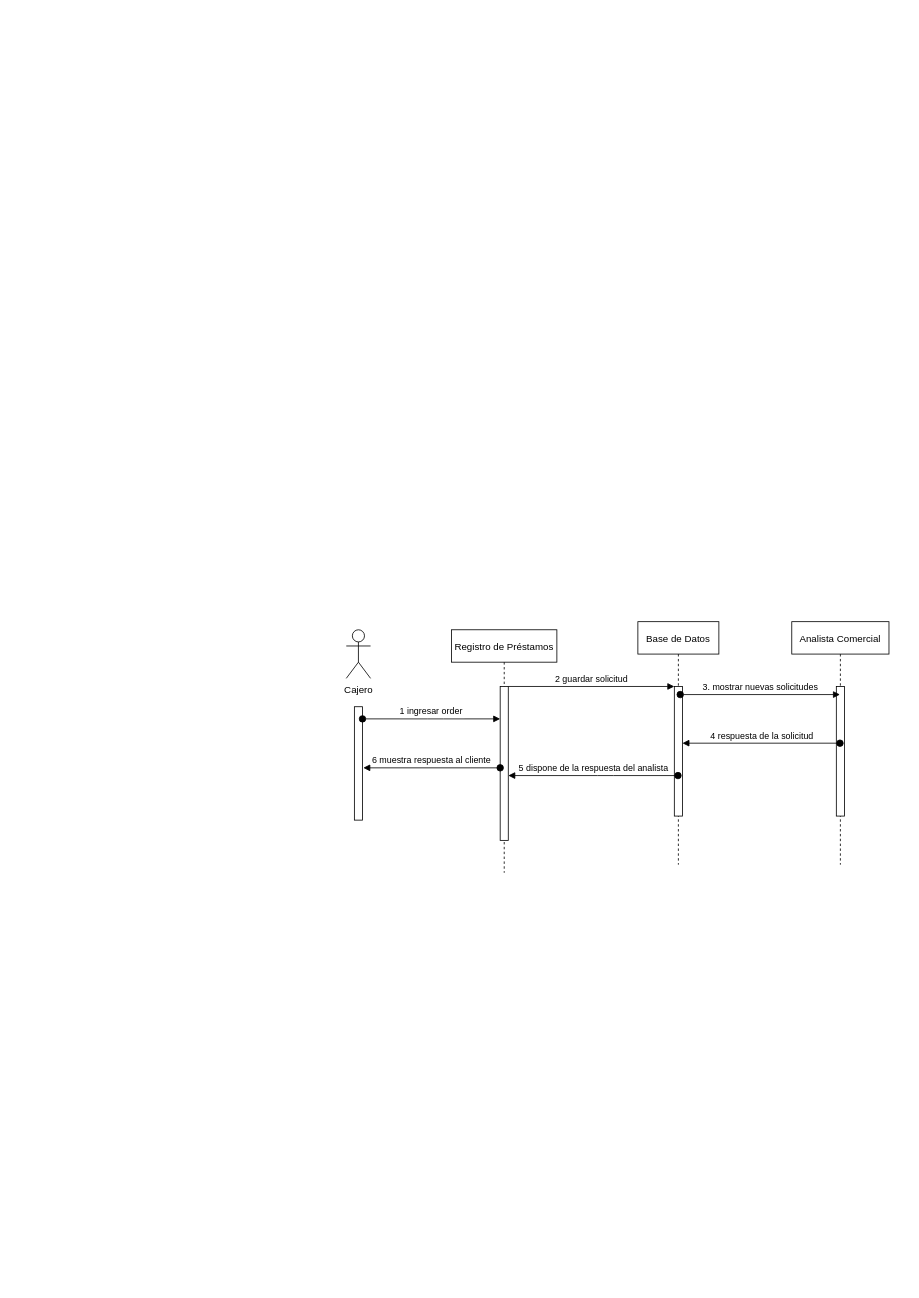
Before: Untitled Diagram2.drawio in arielarmijo/fullstackjava, a draw.io diagram. Source tidied: cells renumbered, new cells numbered last; positions are measured from the earlier drawing's top-left corner, leaving out a move shared by most shapes. Both pictures are drawn from the tidied source at 81%, with x=0, y=0 at pixel (346, 621).
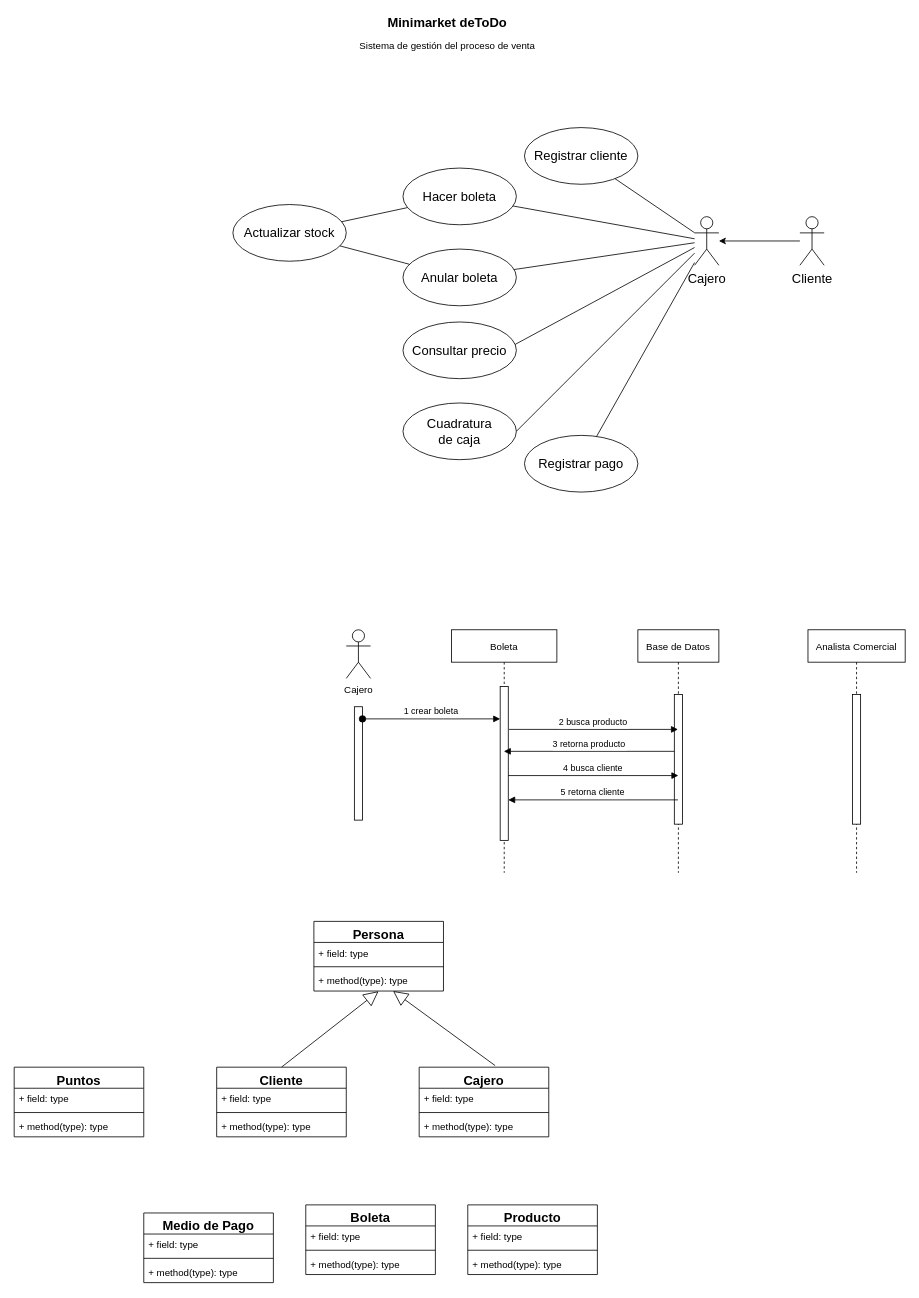
Above is the later version.

Unchanged cells that the change refers to:
```xml
<mxCell id="3" style="points=[];perimeter=orthogonalPerimeter;rounded=0;shadow=0;strokeWidth=1;" parent="2" vertex="1">
  <mxGeometry x="60" y="70" width="10" height="190" as="geometry" />
</mxCell>
<mxCell id="5" style="points=[];perimeter=orthogonalPerimeter;rounded=0;shadow=0;strokeWidth=1;" parent="4" vertex="1">
  <mxGeometry x="45" y="80" width="10" height="160" as="geometry" />
</mxCell>
<mxCell id="13" style="html=1;points=[];perimeter=orthogonalPerimeter;" parent="1" vertex="1">
  <mxGeometry x="10" y="105" width="10" height="140" as="geometry" />
</mxCell>
```

Change to the diagram source:
```diff
@@
-    <mxCell id="2" value="Registro de Préstamos" style="shape=umlLifeline;perimeter=lifelinePerimeter;rounded=0;shadow=0;strokeWidth=1;" parent="1" vertex="1">
+    <mxCell id="2" value="Boleta" style="shape=umlLifeline;perimeter=lifelinePerimeter;rounded=0;shadow=0;strokeWidth=1;" parent="1" vertex="1">
       <mxGeometry x="130" y="10" width="130" height="300" as="geometry" />
     </mxCell>
@@
     <mxCell id="4" value="Base de Datos" style="shape=umlLifeline;perimeter=lifelinePerimeter;rounded=0;shadow=0;strokeWidth=1;" parent="1" vertex="1">
-      <mxGeometry x="360" width="100" height="300" as="geometry" />
+      <mxGeometry x="360" y="10" width="100" height="300" as="geometry" />
     </mxCell>
@@
-    <mxCell id="6" value="2 guardar solicitud" style="verticalAlign=bottom;endArrow=block;entryX=0;entryY=0;shadow=0;strokeWidth=1;" parent="1" edge="1" source="3" target="5">
-      <mxGeometry relative="1" as="geometry" />
+    <mxCell id="6" value="2 busca producto" style="verticalAlign=bottom;endArrow=block;shadow=0;strokeWidth=1;" parent="1" edge="1" target="4">
+      <mxGeometry relative="1" as="geometry">
+        <mxPoint x="201" y="133" as="sourcePoint" />
+      </mxGeometry>
     </mxCell>
@@
     <mxCell id="8" value="Analista Comercial" style="shape=umlLifeline;perimeter=lifelinePerimeter;rounded=0;shadow=0;strokeWidth=1;" parent="1" vertex="1">
-      <mxGeometry x="550" width="120" height="300" as="geometry" />
+      <mxGeometry x="570" y="10" width="120" height="300" as="geometry" />
     </mxCell>
@@
-    <mxCell id="10" value="3. mostrar nuevas solicitudes" style="html=1;verticalAlign=bottom;startArrow=oval;startFill=1;endArrow=block;startSize=8;exitX=0.523;exitY=0.3;exitDx=0;exitDy=0;exitPerimeter=0;" parent="1" edge="1" source="4" target="8">
-      <mxGeometry relative="1" as="geometry" />
-    </mxCell>
-    <mxCell id="11" value="4 respuesta de la solicitud" style="html=1;verticalAlign=bottom;startArrow=oval;startFill=1;endArrow=block;startSize=8;" parent="1" edge="1" source="8" target="5">
-      <mxGeometry relative="1" as="geometry" />
-    </mxCell>
-    <mxCell id="12" value="5 dispone de la respuesta del analista" style="html=1;verticalAlign=bottom;startArrow=oval;startFill=1;endArrow=block;startSize=8;" parent="1" edge="1" source="4" target="3">
-      <mxGeometry relative="1" as="geometry">
-        <Array as="points">
-          <mxPoint x="320" y="190" />
-        </Array>
-      </mxGeometry>
-    </mxCell>
@@
-    <mxCell id="14" value="6 muestra respuesta al cliente" style="html=1;verticalAlign=bottom;startArrow=oval;startFill=1;endArrow=block;startSize=8;entryX=1.1;entryY=0.539;entryDx=0;entryDy=0;entryPerimeter=0;" parent="1" edge="1" source="3" target="13">
-      <mxGeometry relative="1" as="geometry" />
-    </mxCell>
-    <mxCell id="15" value="1 ingresar order" style="verticalAlign=bottom;startArrow=oval;endArrow=block;startSize=8;shadow=0;strokeWidth=1;" parent="1" edge="1" source="13" target="3">
+    <mxCell id="15" value="1 crear boleta" style="verticalAlign=bottom;startArrow=oval;endArrow=block;startSize=8;shadow=0;strokeWidth=1;" parent="1" edge="1" source="13" target="3">
       <mxGeometry relative="1" as="geometry">
         <Array as="points">
           <mxPoint x="110" y="120" />
         </Array>
       </mxGeometry>
     </mxCell>
+    <mxCell id="16" value="Minimarket deToDo" style="text;html=1;strokeColor=none;fillColor=none;align=center;verticalAlign=middle;whiteSpace=wrap;rounded=0;fontStyle=1;fontSize=16;" parent="1" vertex="1">
+      <mxGeometry x="30" y="-750" width="190" height="20" as="geometry" />
+    </mxCell>
+    <mxCell id="17" value="Sistema de gestión del proceso de venta" style="text;html=1;strokeColor=none;fillColor=none;align=center;verticalAlign=middle;whiteSpace=wrap;rounded=0;" parent="1" vertex="1">
+      <mxGeometry x="5" y="-720" width="240" height="20" as="geometry" />
+    </mxCell>
+    <mxCell id="18" value="Cajero" style="shape=umlActor;verticalLabelPosition=bottom;verticalAlign=top;html=1;fontSize=16;" parent="1" vertex="1">
+      <mxGeometry x="430" y="-500" width="30" height="60" as="geometry" />
+    </mxCell>
+    <mxCell id="19" style="edgeStyle=orthogonalEdgeStyle;rounded=0;jettySize=auto;html=1;fontSize=16;" parent="1" edge="1" source="20" target="18">
+      <mxGeometry relative="1" as="geometry" />
+    </mxCell>
+    <mxCell id="20" value="Cliente" style="shape=umlActor;verticalLabelPosition=bottom;verticalAlign=top;html=1;fontSize=16;" parent="1" vertex="1">
+      <mxGeometry x="560" y="-500" width="30" height="60" as="geometry" />
+    </mxCell>
+    <mxCell id="21" value="Hacer boleta" style="ellipse;whiteSpace=wrap;html=1;fontSize=16;" parent="1" vertex="1">
+      <mxGeometry x="70" y="-560" width="140" height="70" as="geometry" />
+    </mxCell>
+    <mxCell id="22" value="Actualizar stock" style="ellipse;whiteSpace=wrap;html=1;fontSize=16;" parent="1" vertex="1">
+      <mxGeometry x="-140" y="-515" width="140" height="70" as="geometry" />
+    </mxCell>
+    <mxCell id="23" style="endArrow=none;html=1;fontSize=16;" parent="1" edge="1" source="22" target="21">
+      <mxGeometry relative="1" as="geometry" />
+    </mxCell>
+    <mxCell id="24" value="Consultar precio" style="ellipse;whiteSpace=wrap;html=1;fontSize=16;" parent="1" vertex="1">
+      <mxGeometry x="70" y="-370" width="140" height="70" as="geometry" />
+    </mxCell>
+    <mxCell id="25" style="endArrow=none;html=1;fontSize=16;" parent="1" edge="1" source="21" target="18">
+      <mxGeometry relative="1" as="geometry" />
+    </mxCell>
+    <mxCell id="26" value="Anular boleta" style="ellipse;whiteSpace=wrap;html=1;fontSize=16;" parent="1" vertex="1">
+      <mxGeometry x="70" y="-460" width="140" height="70" as="geometry" />
+    </mxCell>
+    <mxCell id="27" style="endArrow=none;html=1;fontSize=16;exitX=0.989;exitY=0.396;exitDx=0;exitDy=0;exitPerimeter=0;" parent="1" edge="1" source="24" target="18">
+      <mxGeometry relative="1" as="geometry" />
+    </mxCell>
+    <mxCell id="28" style="endArrow=none;html=1;fontSize=16;" parent="1" edge="1" source="26" target="18">
+      <mxGeometry relative="1" as="geometry" />
+    </mxCell>
+    <mxCell id="29" style="endArrow=none;html=1;fontSize=16;" parent="1" edge="1" source="22" target="26">
+      <mxGeometry relative="1" as="geometry" />
+    </mxCell>
+    <mxCell id="30" value="Cuadratura&lt;br&gt;de caja" style="ellipse;whiteSpace=wrap;html=1;fontSize=16;" parent="1" vertex="1">
+      <mxGeometry x="70" y="-270" width="140" height="70" as="geometry" />
+    </mxCell>
+    <mxCell id="31" style="endArrow=none;html=1;fontSize=16;exitX=1;exitY=0.5;exitDx=0;exitDy=0;" parent="1" edge="1" source="30" target="18">
+      <mxGeometry relative="1" as="geometry" />
+    </mxCell>
+    <mxCell id="32" style="endArrow=block;endSize=16;endFill=0;html=1;fontSize=16;entryX=0.499;entryY=1.011;entryDx=0;entryDy=0;entryPerimeter=0;exitX=0.5;exitY=0;exitDx=0;exitDy=0;" parent="1" edge="1" source="34" target="45">
+      <mxGeometry relative="1" as="geometry" />
+    </mxCell>
+    <mxCell id="33" style="endArrow=block;endSize=16;endFill=0;html=1;fontSize=16;exitX=0.586;exitY=-0.023;exitDx=0;exitDy=0;exitPerimeter=0;" parent="1" edge="1" source="38" target="45">
+      <mxGeometry relative="1" as="geometry" />
+    </mxCell>
+    <mxCell id="34" value="Cliente" style="swimlane;fontStyle=1;align=center;verticalAlign=top;horizontal=1;startSize=26;fontSize=16;" parent="1" vertex="1">
+      <mxGeometry x="-160" y="550" width="160" height="86" as="geometry" />
+    </mxCell>
+    <mxCell id="35" value="+ field: type" style="text;strokeColor=none;fillColor=none;align=left;verticalAlign=top;spacingLeft=4;spacingRight=4;overflow=hidden;" parent="34" vertex="1">
+      <mxGeometry y="26" width="160" height="26" as="geometry" />
+    </mxCell>
+    <mxCell id="36" style="line;strokeWidth=1;fillColor=none;align=left;verticalAlign=middle;spacingTop=-1;spacingLeft=3;spacingRight=3;labelPosition=right;" parent="34" vertex="1">
+      <mxGeometry y="52" width="160" height="8" as="geometry" />
+    </mxCell>
+    <mxCell id="37" value="+ method(type): type" style="text;strokeColor=none;fillColor=none;align=left;verticalAlign=top;spacingLeft=4;spacingRight=4;overflow=hidden;" parent="34" vertex="1">
+      <mxGeometry y="60" width="160" height="26" as="geometry" />
+    </mxCell>
+    <mxCell id="38" value="Cajero" style="swimlane;fontStyle=1;align=center;verticalAlign=top;horizontal=1;startSize=26;fontSize=16;" parent="1" vertex="1">
+      <mxGeometry x="90" y="550" width="160" height="86" as="geometry" />
+    </mxCell>
+    <mxCell id="39" value="+ field: type" style="text;strokeColor=none;fillColor=none;align=left;verticalAlign=top;spacingLeft=4;spacingRight=4;overflow=hidden;" parent="38" vertex="1">
+      <mxGeometry y="26" width="160" height="26" as="geometry" />
+    </mxCell>
+    <mxCell id="40" style="line;strokeWidth=1;fillColor=none;align=left;verticalAlign=middle;spacingTop=-1;spacingLeft=3;spacingRight=3;labelPosition=right;" parent="38" vertex="1">
+      <mxGeometry y="52" width="160" height="8" as="geometry" />
+    </mxCell>
+    <mxCell id="41" value="+ method(type): type" style="text;strokeColor=none;fillColor=none;align=left;verticalAlign=top;spacingLeft=4;spacingRight=4;overflow=hidden;" parent="38" vertex="1">
+      <mxGeometry y="60" width="160" height="26" as="geometry" />
+    </mxCell>
+    <mxCell id="42" value="Persona" style="swimlane;fontStyle=1;align=center;verticalAlign=top;horizontal=1;startSize=26;fontSize=16;" parent="1" vertex="1">
+      <mxGeometry x="-40" y="370" width="160" height="86" as="geometry" />
+    </mxCell>
+    <mxCell id="43" value="+ field: type" style="text;strokeColor=none;fillColor=none;align=left;verticalAlign=top;spacingLeft=4;spacingRight=4;overflow=hidden;" parent="42" vertex="1">
+      <mxGeometry y="26" width="160" height="26" as="geometry" />
+    </mxCell>
+    <mxCell id="44" style="line;strokeWidth=1;fillColor=none;align=left;verticalAlign=middle;spacingTop=-1;spacingLeft=3;spacingRight=3;labelPosition=right;" parent="42" vertex="1">
+      <mxGeometry y="52" width="160" height="8" as="geometry" />
+    </mxCell>
+    <mxCell id="45" value="+ method(type): type" style="text;strokeColor=none;fillColor=none;align=left;verticalAlign=top;spacingLeft=4;spacingRight=4;overflow=hidden;points=[[0,0.5],[1,0.5]];portConstraint=eastwest;" parent="42" vertex="1">
+      <mxGeometry y="60" width="160" height="26" as="geometry" />
+    </mxCell>
+    <mxCell id="46" value="Puntos" style="swimlane;fontStyle=1;align=center;verticalAlign=top;horizontal=1;startSize=26;fontSize=16;" parent="1" vertex="1">
+      <mxGeometry x="-410" y="550" width="160" height="86" as="geometry" />
+    </mxCell>
+    <mxCell id="47" value="+ field: type" style="text;strokeColor=none;fillColor=none;align=left;verticalAlign=top;spacingLeft=4;spacingRight=4;overflow=hidden;" parent="46" vertex="1">
+      <mxGeometry y="26" width="160" height="26" as="geometry" />
+    </mxCell>
+    <mxCell id="48" style="line;strokeWidth=1;fillColor=none;align=left;verticalAlign=middle;spacingTop=-1;spacingLeft=3;spacingRight=3;labelPosition=right;" parent="46" vertex="1">
+      <mxGeometry y="52" width="160" height="8" as="geometry" />
+    </mxCell>
+    <mxCell id="49" value="+ method(type): type" style="text;strokeColor=none;fillColor=none;align=left;verticalAlign=top;spacingLeft=4;spacingRight=4;overflow=hidden;" parent="46" vertex="1">
+      <mxGeometry y="60" width="160" height="26" as="geometry" />
+    </mxCell>
+    <mxCell id="50" value="Boleta" style="swimlane;fontStyle=1;align=center;verticalAlign=top;horizontal=1;startSize=26;fontSize=16;" parent="1" vertex="1">
+      <mxGeometry x="-50" y="720" width="160" height="86" as="geometry" />
+    </mxCell>
+    <mxCell id="51" value="+ field: type" style="text;strokeColor=none;fillColor=none;align=left;verticalAlign=top;spacingLeft=4;spacingRight=4;overflow=hidden;" parent="50" vertex="1">
+      <mxGeometry y="26" width="160" height="26" as="geometry" />
+    </mxCell>
+    <mxCell id="52" style="line;strokeWidth=1;fillColor=none;align=left;verticalAlign=middle;spacingTop=-1;spacingLeft=3;spacingRight=3;labelPosition=right;" parent="50" vertex="1">
+      <mxGeometry y="52" width="160" height="8" as="geometry" />
+    </mxCell>
+    <mxCell id="53" value="+ method(type): type" style="text;strokeColor=none;fillColor=none;align=left;verticalAlign=top;spacingLeft=4;spacingRight=4;overflow=hidden;" parent="50" vertex="1">
+      <mxGeometry y="60" width="160" height="26" as="geometry" />
+    </mxCell>
+    <mxCell id="54" value="Medio de Pago" style="swimlane;fontStyle=1;align=center;verticalAlign=top;horizontal=1;startSize=26;fontSize=16;" parent="1" vertex="1">
+      <mxGeometry x="-250" y="730" width="160" height="86" as="geometry" />
+    </mxCell>
+    <mxCell id="55" value="+ field: type" style="text;strokeColor=none;fillColor=none;align=left;verticalAlign=top;spacingLeft=4;spacingRight=4;overflow=hidden;" parent="54" vertex="1">
+      <mxGeometry y="26" width="160" height="26" as="geometry" />
+    </mxCell>
+    <mxCell id="56" style="line;strokeWidth=1;fillColor=none;align=left;verticalAlign=middle;spacingTop=-1;spacingLeft=3;spacingRight=3;labelPosition=right;" parent="54" vertex="1">
+      <mxGeometry y="52" width="160" height="8" as="geometry" />
+    </mxCell>
+    <mxCell id="57" value="+ method(type): type" style="text;strokeColor=none;fillColor=none;align=left;verticalAlign=top;spacingLeft=4;spacingRight=4;overflow=hidden;" parent="54" vertex="1">
+      <mxGeometry y="60" width="160" height="26" as="geometry" />
+    </mxCell>
+    <mxCell id="58" value="Producto" style="swimlane;fontStyle=1;align=center;verticalAlign=top;horizontal=1;startSize=26;fontSize=16;" parent="1" vertex="1">
+      <mxGeometry x="150" y="720" width="160" height="86" as="geometry" />
+    </mxCell>
+    <mxCell id="59" value="+ field: type" style="text;strokeColor=none;fillColor=none;align=left;verticalAlign=top;spacingLeft=4;spacingRight=4;overflow=hidden;" parent="58" vertex="1">
+      <mxGeometry y="26" width="160" height="26" as="geometry" />
+    </mxCell>
+    <mxCell id="60" style="line;strokeWidth=1;fillColor=none;align=left;verticalAlign=middle;spacingTop=-1;spacingLeft=3;spacingRight=3;labelPosition=right;" parent="58" vertex="1">
+      <mxGeometry y="52" width="160" height="8" as="geometry" />
+    </mxCell>
+    <mxCell id="61" value="+ method(type): type" style="text;strokeColor=none;fillColor=none;align=left;verticalAlign=top;spacingLeft=4;spacingRight=4;overflow=hidden;" parent="58" vertex="1">
+      <mxGeometry y="60" width="160" height="26" as="geometry" />
+    </mxCell>
+    <mxCell id="62" value="3 retorna producto" style="verticalAlign=bottom;endArrow=block;shadow=0;strokeWidth=1;exitX=0;exitY=0.438;exitDx=0;exitDy=0;exitPerimeter=0;" parent="1" edge="1" source="5" target="2">
+      <mxGeometry relative="1" as="geometry" />
+    </mxCell>
+    <mxCell id="63" value="4 busca cliente" style="verticalAlign=bottom;endArrow=block;shadow=0;strokeWidth=1;exitX=0;exitY=0.438;exitDx=0;exitDy=0;exitPerimeter=0;" parent="1" edge="1">
+      <mxGeometry relative="1" as="geometry">
+        <mxPoint x="199.9" y="190" as="sourcePoint" />
+        <mxPoint x="410" y="190" as="targetPoint" />
+      </mxGeometry>
+    </mxCell>
+    <mxCell id="64" value="5 retorna cliente" style="verticalAlign=bottom;endArrow=block;shadow=0;strokeWidth=1;" parent="1" edge="1" source="4">
+      <mxGeometry relative="1" as="geometry">
+        <mxPoint x="199.9" y="220" as="targetPoint" />
+      </mxGeometry>
+    </mxCell>
+    <mxCell id="65" value="Registrar cliente" style="ellipse;whiteSpace=wrap;html=1;fontSize=16;" parent="1" vertex="1">
+      <mxGeometry x="220" y="-610" width="140" height="70" as="geometry" />
+    </mxCell>
+    <mxCell id="66" value="Registrar pago" style="ellipse;whiteSpace=wrap;html=1;fontSize=16;" parent="1" vertex="1">
+      <mxGeometry x="220" y="-230" width="140" height="70" as="geometry" />
+    </mxCell>
+    <mxCell id="67" style="endArrow=none;html=1;fontSize=16;" parent="1" edge="1" source="66" target="18">
+      <mxGeometry relative="1" as="geometry" />
+    </mxCell>
+    <mxCell id="68" style="endArrow=none;html=1;fontSize=16;" parent="1" edge="1" source="65" target="18">
+      <mxGeometry relative="1" as="geometry" />
+    </mxCell>
```
